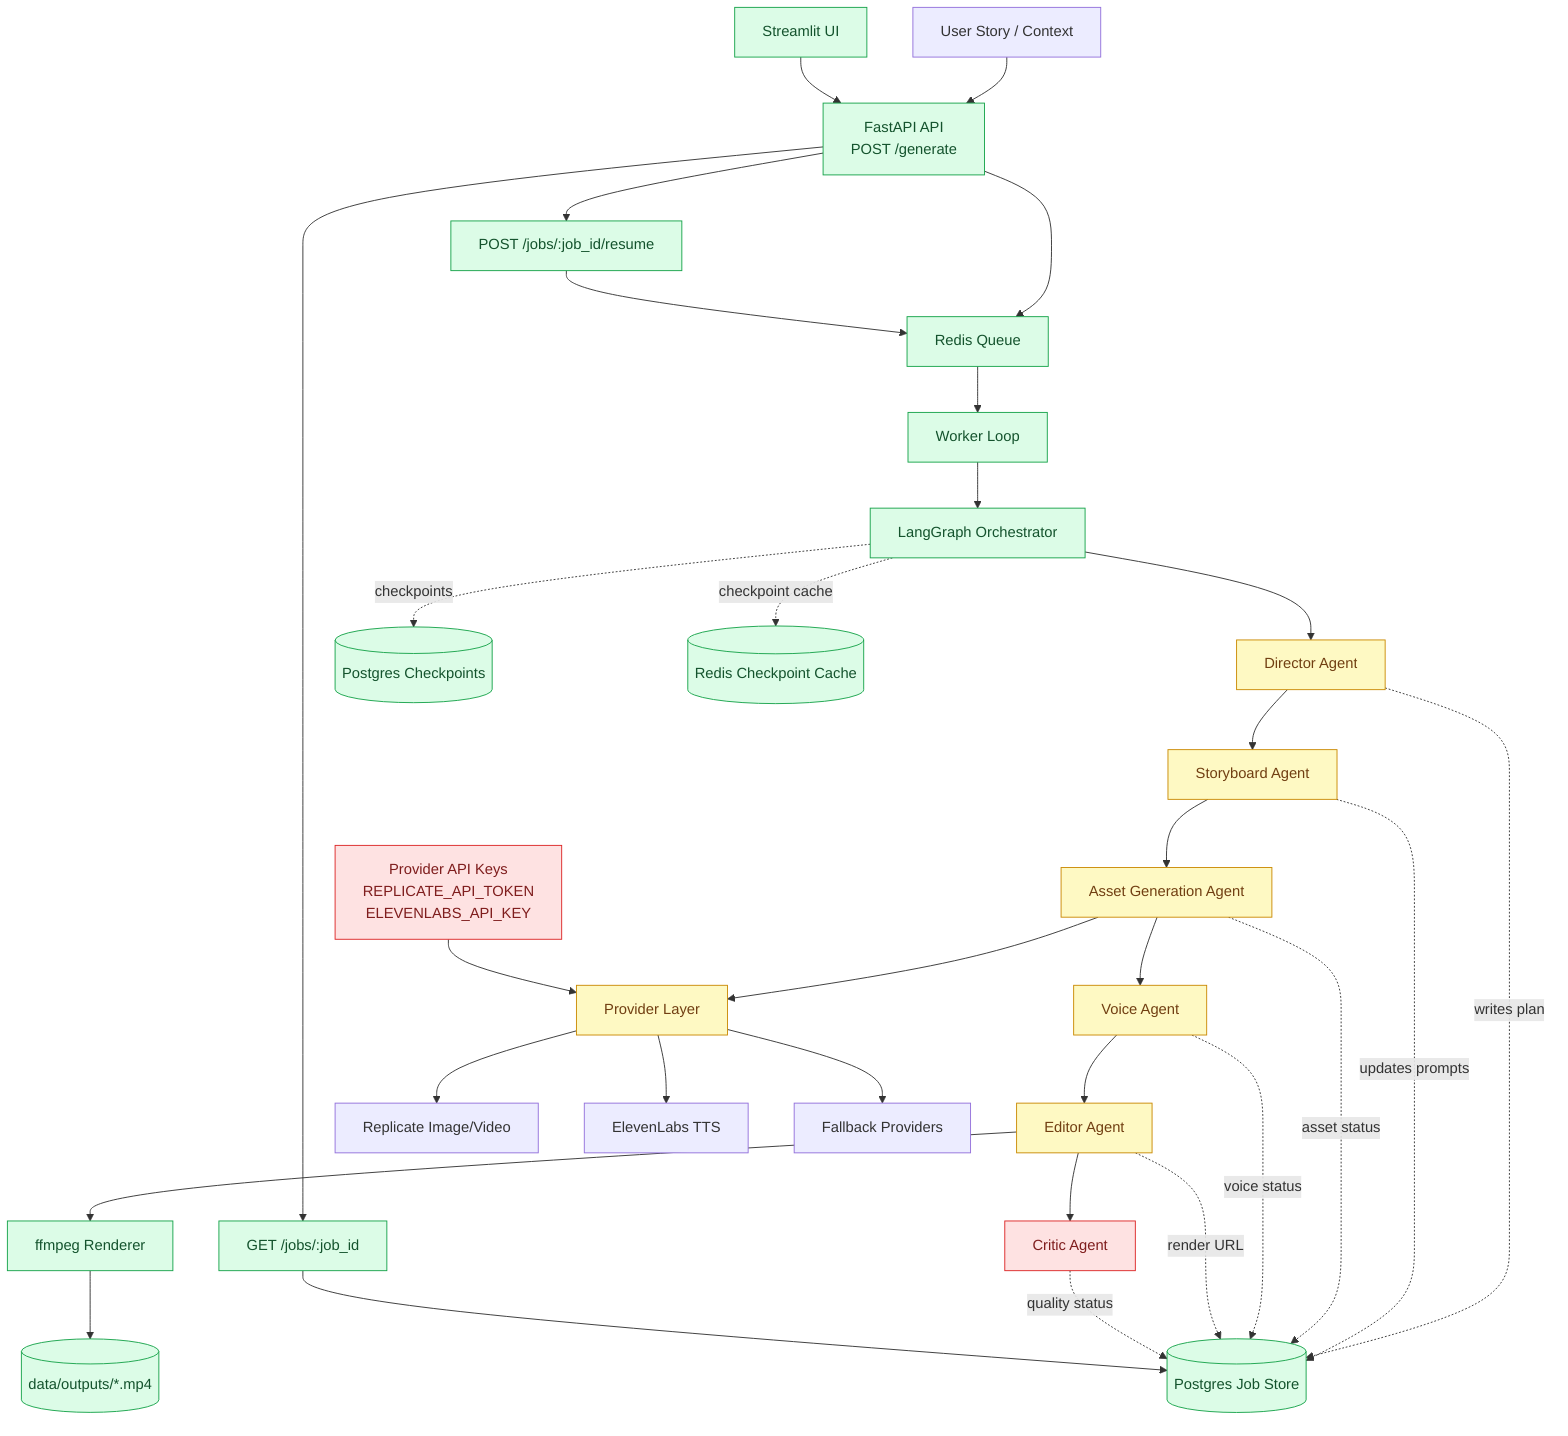
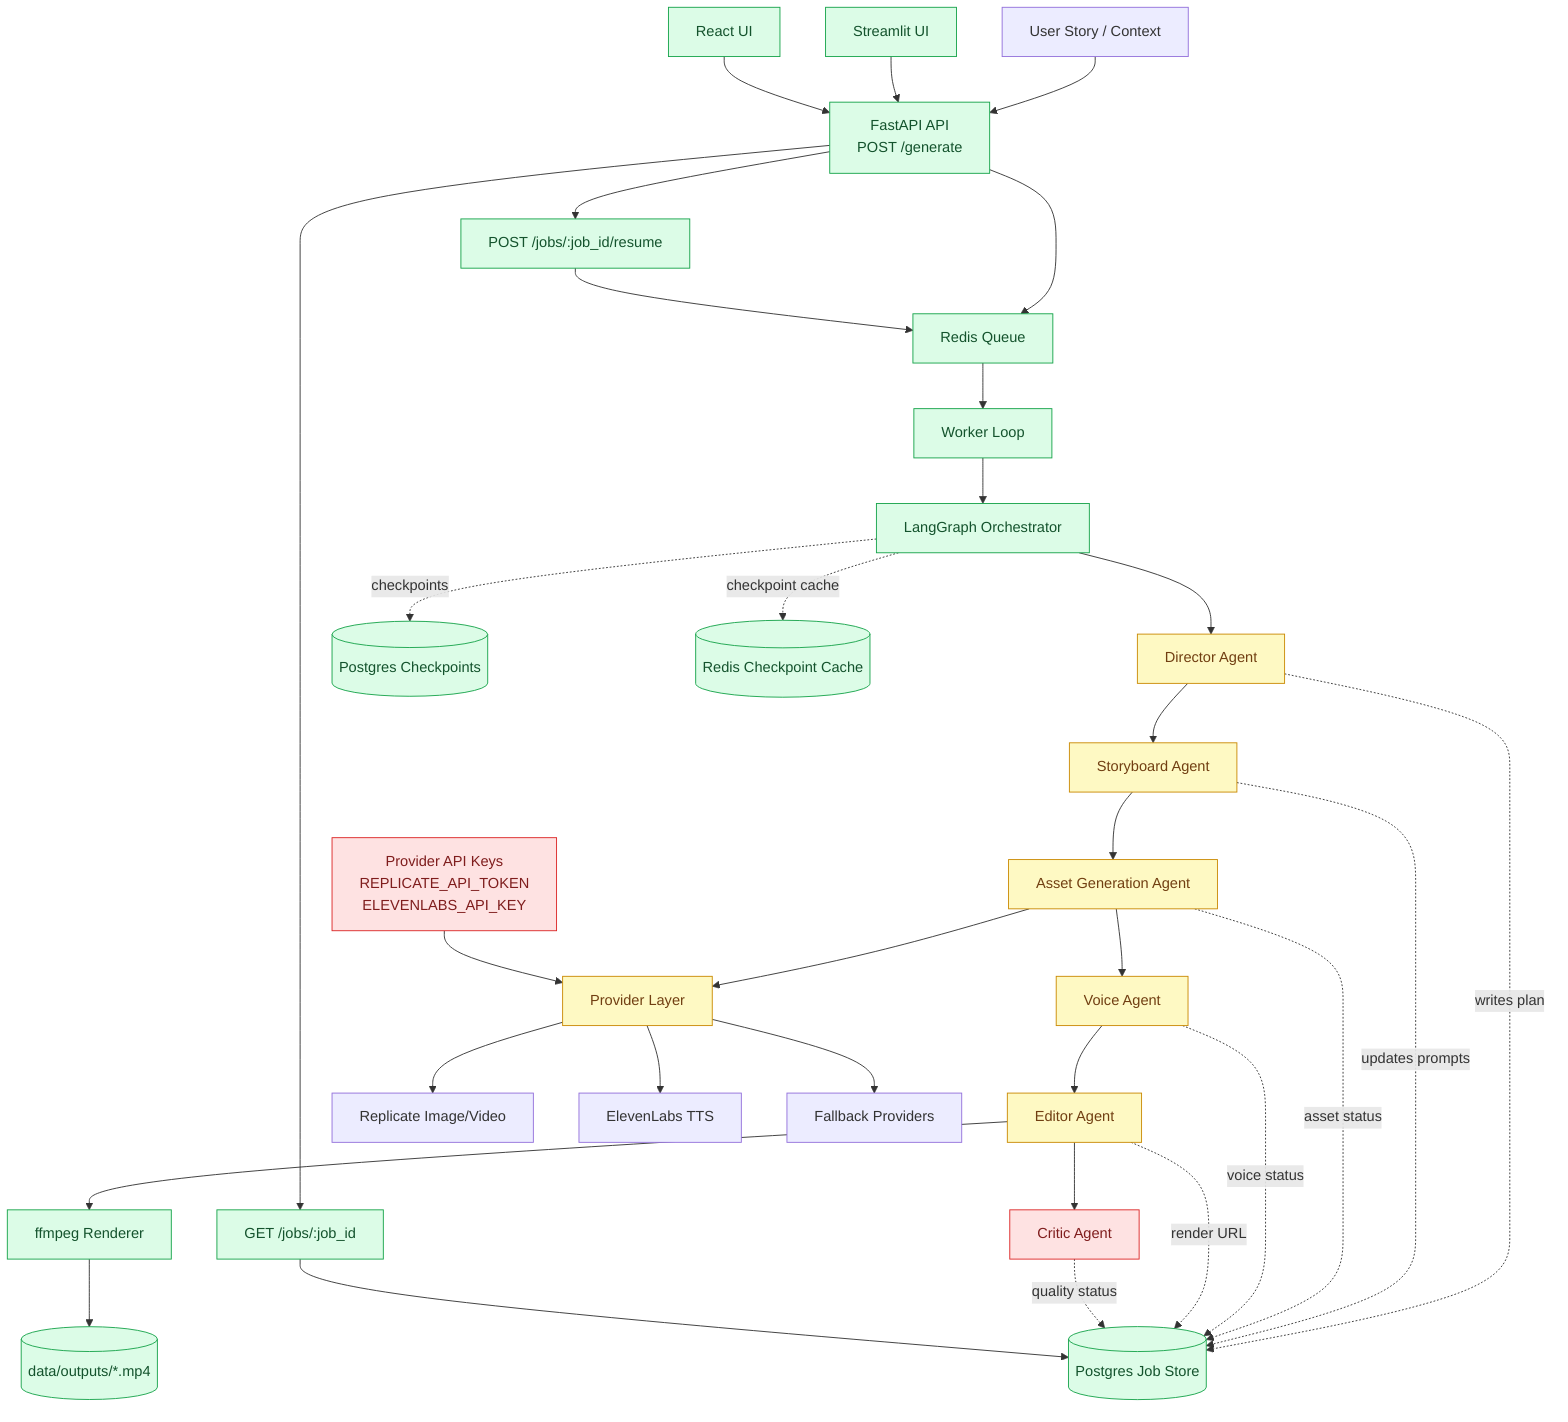
flowchart TB
    U[User Story / Context] --> API[FastAPI API\nPOST /generate]
    UI[Streamlit UI] --> API
+     REACT[React UI] --> API
    API --> Q[Redis Queue]
    Q --> W[Worker Loop]
    W --> LG[LangGraph Orchestrator]

    LG --> D[Director Agent]
    D --> S[Storyboard Agent]
    S --> A[Asset Generation Agent]
    A --> V[Voice Agent]
    V --> E[Editor Agent]
    E --> C[Critic Agent]

    D -. writes plan .-> PG[(Postgres Job Store)]
    S -. updates prompts .-> PG
    A -. asset status .-> PG
    V -. voice status .-> PG
    E -. render URL .-> PG
    C -. quality status .-> PG
    LG -. checkpoints .-> CPG[(Postgres Checkpoints)]
    LG -. checkpoint cache .-> CR[(Redis Checkpoint Cache)]

    A --> P[Provider Layer]
    P --> RI[Replicate Image/Video]
    P --> EL[ElevenLabs TTS]
    P --> FB[Fallback Providers]

    E --> FF[ffmpeg Renderer]
    FF --> OUT[(data/outputs/*.mp4)]

    API --> JS[GET /jobs/:job_id]
    API --> RS[POST /jobs/:job_id/resume]
    JS --> PG
    RS --> Q

    K[Provider API Keys\nREPLICATE_API_TOKEN\nELEVENLABS_API_KEY] --> P

    classDef done fill:#dcfce7,stroke:#16a34a,color:#14532d;
    classDef partial fill:#fef9c3,stroke:#ca8a04,color:#713f12;
    classDef pending fill:#fee2e2,stroke:#dc2626,color:#7f1d1d;

-     class API,Q,W,PG,CPG,CR,FF,OUT,JS,RS,LG,UI done;
+     class API,Q,W,PG,CPG,CR,FF,OUT,JS,RS,LG,UI,REACT done;
    class D,S,A,V,E,P partial;
    class K pending;
    class C pending;